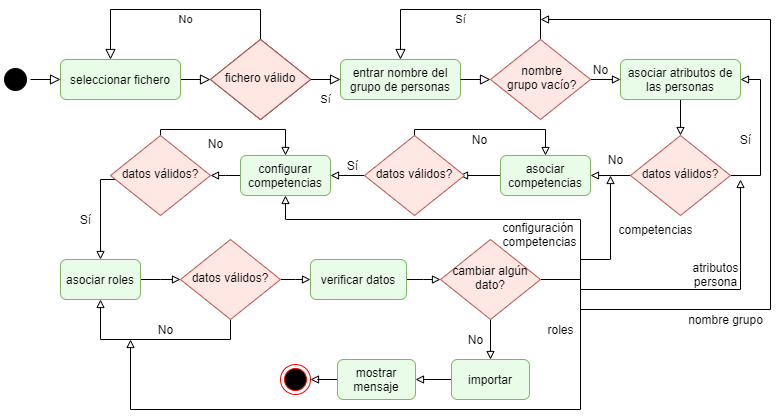
This is figuras/diagramas-teamsoft-Flujo-Importar.png from jpinas1998/doc-tesis, a draw.io export, as it was before one commit. Source tidied: cells renumbered, new cells last; positions are measured from the earlier drawing's top-left corner, leaving out a move shared by most shapes.
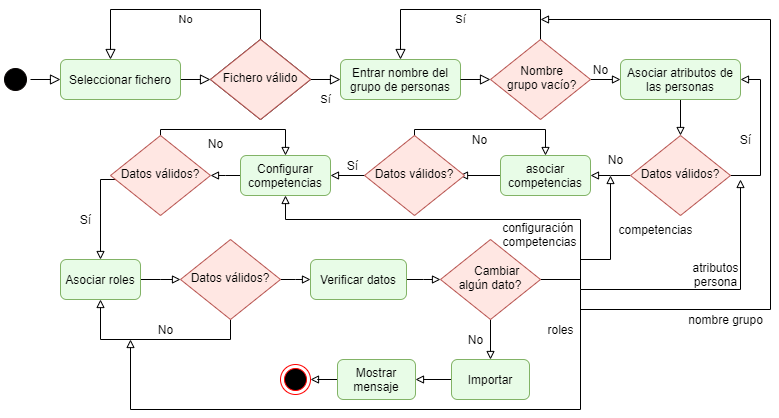
After the change.

Change to the diagram source:
```diff
@@ -11,7 +11,7 @@
     <mxCell id="4" style="rounded=0;html=1;jettySize=auto;fontSize=11;endArrow=block;endFill=0;endSize=8;strokeWidth=1;shadow=0;labelBackgroundColor=none;edgeStyle=orthogonalEdgeStyle;strokeColor=#000000;" parent="1" edge="1" source="5" target="8">
       <mxGeometry relative="1" as="geometry" />
     </mxCell>
-    <mxCell id="5" value="seleccionar fichero" style="rounded=1;whiteSpace=wrap;html=1;fontSize=12;glass=0;strokeWidth=1;shadow=0;fillColor=#E8FCE7;strokeColor=#82b366;" parent="1" vertex="1">
+    <mxCell id="5" value="Seleccionar fichero" style="rounded=1;whiteSpace=wrap;html=1;fontSize=12;glass=0;strokeWidth=1;shadow=0;fillColor=#E8FCE7;strokeColor=#82b366;" parent="1" vertex="1">
       <mxGeometry x="60" y="50" width="120" height="40" as="geometry" />
     </mxCell>
     <mxCell id="6" value="Sí" style="rounded=0;html=1;jettySize=auto;fontSize=11;endArrow=block;endFill=0;endSize=8;strokeWidth=1;shadow=0;labelBackgroundColor=none;edgeStyle=orthogonalEdgeStyle;" parent="1" edge="1" source="8" target="15">
@@ -39,19 +39,19 @@
     <mxCell id="10" style="edgeStyle=none;rounded=0;jettySize=auto;html=1;strokeColor=#000000;endArrow=block;endFill=0;strokeWidth=1;jumpSize=6;" parent="1" edge="1" source="11" target="13">
       <mxGeometry relative="1" as="geometry" />
     </mxCell>
-    <mxCell id="11" value="&amp;nbsp; &amp;nbsp; nombre&amp;nbsp; &amp;nbsp; &amp;nbsp;grupo vacío?" style="rhombus;whiteSpace=wrap;html=1;shadow=0;fontFamily=Helvetica;fontSize=12;align=center;strokeWidth=1;spacing=6;spacingTop=-4;fillColor=#FFE7E3;strokeColor=#b85450;" parent="1" vertex="1">
+    <mxCell id="11" value="&amp;nbsp; &amp;nbsp; Nombre&amp;nbsp; &amp;nbsp; &amp;nbsp;grupo vacío?" style="rhombus;whiteSpace=wrap;html=1;shadow=0;fontFamily=Helvetica;fontSize=12;align=center;strokeWidth=1;spacing=6;spacingTop=-4;fillColor=#FFE7E3;strokeColor=#b85450;" parent="1" vertex="1">
       <mxGeometry x="490" y="30" width="100" height="80" as="geometry" />
     </mxCell>
     <mxCell id="12" style="edgeStyle=none;rounded=0;jumpSize=6;jettySize=auto;html=1;endArrow=block;endFill=0;strokeColor=#000000;strokeWidth=1;" parent="1" edge="1" source="13" target="20">
       <mxGeometry relative="1" as="geometry" />
     </mxCell>
-    <mxCell id="13" value="asociar atributos de las personas" style="rounded=1;whiteSpace=wrap;html=1;fontSize=12;glass=0;strokeWidth=1;shadow=0;fillColor=#E8FCE7;strokeColor=#82b366;" parent="1" vertex="1">
+    <mxCell id="13" value="Asociar atributos de las personas" style="rounded=1;whiteSpace=wrap;html=1;fontSize=12;glass=0;strokeWidth=1;shadow=0;fillColor=#E8FCE7;strokeColor=#82b366;" parent="1" vertex="1">
       <mxGeometry x="620" y="50" width="120" height="40" as="geometry" />
     </mxCell>
     <mxCell id="14" style="rounded=0;html=1;jettySize=auto;fontSize=11;endArrow=block;endFill=0;endSize=8;strokeWidth=1;shadow=0;labelBackgroundColor=none;edgeStyle=orthogonalEdgeStyle;strokeColor=#000000;" parent="1" edge="1" source="3" target="5">
       <mxGeometry relative="1" as="geometry" />
     </mxCell>
-    <mxCell id="15" value="entrar nombre del grupo de personas" style="rounded=1;whiteSpace=wrap;html=1;fontSize=12;glass=0;strokeWidth=1;shadow=0;fillColor=#E8FCE7;strokeColor=#82b366;" parent="1" vertex="1">
+    <mxCell id="15" value="Entrar nombre del grupo de personas" style="rounded=1;whiteSpace=wrap;html=1;fontSize=12;glass=0;strokeWidth=1;shadow=0;fillColor=#E8FCE7;strokeColor=#82b366;" parent="1" vertex="1">
       <mxGeometry x="340" y="50" width="120" height="40" as="geometry" />
     </mxCell>
     <mxCell id="16" style="rounded=0;html=1;jettySize=auto;fontSize=11;endArrow=block;endFill=0;endSize=8;strokeWidth=1;shadow=0;labelBackgroundColor=none;" parent="1" edge="1" source="15" target="11">
@@ -70,7 +70,7 @@
     <mxCell id="19" style="edgeStyle=elbowEdgeStyle;rounded=0;jumpSize=6;jettySize=auto;elbow=vertical;html=1;endArrow=block;endFill=0;strokeColor=#000000;strokeWidth=1;" parent="1" edge="1" source="20" target="24">
       <mxGeometry relative="1" as="geometry" />
     </mxCell>
-    <mxCell id="20" value="datos válidos?" style="rhombus;whiteSpace=wrap;html=1;shadow=0;fontFamily=Helvetica;fontSize=12;align=center;strokeWidth=1;spacing=6;spacingTop=-4;fillColor=#FFE7E3;strokeColor=#b85450;" parent="1" vertex="1">
+    <mxCell id="20" value="Datos válidos?" style="rhombus;whiteSpace=wrap;html=1;shadow=0;fontFamily=Helvetica;fontSize=12;align=center;strokeWidth=1;spacing=6;spacingTop=-4;fillColor=#FFE7E3;strokeColor=#b85450;" parent="1" vertex="1">
       <mxGeometry x="630" y="126" width="100" height="80" as="geometry" />
     </mxCell>
     <mxCell id="21" value="Sí" style="text;html=1;align=center;verticalAlign=middle;" parent="1" vertex="1">
@@ -106,7 +106,7 @@
     <mxCell id="28" style="edgeStyle=elbowEdgeStyle;rounded=0;jumpSize=6;jettySize=auto;elbow=vertical;html=1;endArrow=block;endFill=0;strokeColor=#000000;strokeWidth=1;" parent="1" edge="1" source="29" target="33">
       <mxGeometry relative="1" as="geometry" />
     </mxCell>
-    <mxCell id="29" value="configurar competencias" style="rounded=1;whiteSpace=wrap;html=1;fontSize=12;glass=0;strokeWidth=1;shadow=0;fillColor=#E8FCE7;strokeColor=#82b366;" parent="1" vertex="1">
+    <mxCell id="29" value="Configurar competencias" style="rounded=1;whiteSpace=wrap;html=1;fontSize=12;glass=0;strokeWidth=1;shadow=0;fillColor=#E8FCE7;strokeColor=#82b366;" parent="1" vertex="1">
       <mxGeometry x="240" y="146" width="90" height="40" as="geometry" />
     </mxCell>
     <mxCell id="30" value="Sí" style="text;html=1;align=center;verticalAlign=middle;" parent="1" vertex="1">
@@ -126,7 +126,7 @@
         </Array>
       </mxGeometry>
     </mxCell>
-    <mxCell id="33" value="datos válidos?" style="rhombus;whiteSpace=wrap;html=1;shadow=0;fontFamily=Helvetica;fontSize=12;align=center;strokeWidth=1;spacing=6;spacingTop=-4;fillColor=#FFE7E3;strokeColor=#b85450;" parent="1" vertex="1">
+    <mxCell id="33" value="Datos válidos?" style="rhombus;whiteSpace=wrap;html=1;shadow=0;fontFamily=Helvetica;fontSize=12;align=center;strokeWidth=1;spacing=6;spacingTop=-4;fillColor=#FFE7E3;strokeColor=#b85450;" parent="1" vertex="1">
       <mxGeometry x="110" y="126" width="100" height="80" as="geometry" />
     </mxCell>
     <mxCell id="34" value="No" style="text;html=1;align=center;verticalAlign=middle;" parent="1" vertex="1">
@@ -135,7 +135,7 @@
     <mxCell id="35" style="edgeStyle=elbowEdgeStyle;rounded=0;jumpSize=6;jettySize=auto;elbow=vertical;html=1;endArrow=block;endFill=0;strokeColor=#000000;strokeWidth=1;" parent="1" edge="1" source="36" target="40">
       <mxGeometry relative="1" as="geometry" />
     </mxCell>
-    <mxCell id="36" value="asociar roles" style="rounded=1;whiteSpace=wrap;html=1;fontSize=12;glass=0;strokeWidth=1;shadow=0;fillColor=#E8FCE7;strokeColor=#82b366;" parent="1" vertex="1">
+    <mxCell id="36" value="Asociar roles" style="rounded=1;whiteSpace=wrap;html=1;fontSize=12;glass=0;strokeWidth=1;shadow=0;fillColor=#E8FCE7;strokeColor=#82b366;" parent="1" vertex="1">
       <mxGeometry x="60" y="250" width="80" height="40" as="geometry" />
     </mxCell>
     <mxCell id="37" value="Sí" style="text;html=1;align=center;verticalAlign=middle;" parent="1" vertex="1">
@@ -151,22 +151,22 @@
     <mxCell id="39" style="edgeStyle=elbowEdgeStyle;rounded=0;jumpSize=6;jettySize=auto;elbow=vertical;html=1;endArrow=block;endFill=0;strokeColor=#000000;strokeWidth=1;" parent="1" edge="1" source="40" target="45">
       <mxGeometry relative="1" as="geometry" />
     </mxCell>
-    <mxCell id="40" value="datos válidos?" style="rhombus;whiteSpace=wrap;html=1;shadow=0;fontFamily=Helvetica;fontSize=12;align=center;strokeWidth=1;spacing=6;spacingTop=-4;fillColor=#FFE7E3;strokeColor=#b85450;" parent="1" vertex="1">
+    <mxCell id="40" value="Datos válidos?" style="rhombus;whiteSpace=wrap;html=1;shadow=0;fontFamily=Helvetica;fontSize=12;align=center;strokeWidth=1;spacing=6;spacingTop=-4;fillColor=#FFE7E3;strokeColor=#b85450;" parent="1" vertex="1">
       <mxGeometry x="180" y="230" width="100" height="80" as="geometry" />
     </mxCell>
     <mxCell id="41" value="No" style="text;html=1;align=center;verticalAlign=middle;" parent="1" vertex="1">
       <mxGeometry x="150" y="310" width="30" height="20" as="geometry" />
     </mxCell>
-    <mxCell id="42" value="datos válidos?" style="rhombus;whiteSpace=wrap;html=1;shadow=0;fontFamily=Helvetica;fontSize=12;align=center;strokeWidth=1;spacing=6;spacingTop=-4;fillColor=#FFE7E3;strokeColor=#b85450;" parent="1" vertex="1">
+    <mxCell id="42" value="Datos válidos?" style="rhombus;whiteSpace=wrap;html=1;shadow=0;fontFamily=Helvetica;fontSize=12;align=center;strokeWidth=1;spacing=6;spacingTop=-4;fillColor=#FFE7E3;strokeColor=#b85450;" parent="1" vertex="1">
       <mxGeometry x="364" y="126" width="100" height="80" as="geometry" />
     </mxCell>
-    <mxCell id="43" value="fichero válido" style="rhombus;whiteSpace=wrap;html=1;shadow=0;fontFamily=Helvetica;fontSize=12;align=center;strokeWidth=1;spacing=6;spacingTop=-4;fillColor=#FFE7E3;strokeColor=#b85450;" parent="1" vertex="1">
+    <mxCell id="43" value="Fichero válido" style="rhombus;whiteSpace=wrap;html=1;shadow=0;fontFamily=Helvetica;fontSize=12;align=center;strokeWidth=1;spacing=6;spacingTop=-4;fillColor=#FFE7E3;strokeColor=#b85450;" parent="1" vertex="1">
       <mxGeometry x="210" y="30" width="100" height="80" as="geometry" />
     </mxCell>
     <mxCell id="44" style="edgeStyle=elbowEdgeStyle;rounded=0;jumpSize=6;jettySize=auto;elbow=vertical;html=1;endArrow=block;endFill=0;strokeColor=#000000;strokeWidth=1;" parent="1" edge="1" source="45" target="49">
       <mxGeometry relative="1" as="geometry" />
     </mxCell>
-    <mxCell id="45" value="verificar datos" style="rounded=1;whiteSpace=wrap;html=1;fontSize=12;glass=0;strokeWidth=1;shadow=0;fillColor=#E8FCE7;strokeColor=#82b366;" parent="1" vertex="1">
+    <mxCell id="45" value="Verificar datos" style="rounded=1;whiteSpace=wrap;html=1;fontSize=12;glass=0;strokeWidth=1;shadow=0;fillColor=#E8FCE7;strokeColor=#82b366;" parent="1" vertex="1">
       <mxGeometry x="310" y="250" width="96" height="40" as="geometry" />
     </mxCell>
     <mxCell id="46" style="rounded=0;jumpSize=6;orthogonalLoop=1;jettySize=auto;elbow=vertical;html=1;endArrow=block;endFill=0;strokeColor=#000000;strokeWidth=1;edgeStyle=orthogonalEdgeStyle;" parent="1" edge="1">
@@ -186,7 +186,7 @@
     <mxCell id="48" style="rounded=0;jumpSize=6;jettySize=auto;html=1;endArrow=block;endFill=0;strokeColor=#000000;strokeWidth=1;edgeStyle=orthogonalEdgeStyle;" parent="1" edge="1" source="49" target="58">
       <mxGeometry relative="1" as="geometry" />
     </mxCell>
-    <mxCell id="49" value="cambiar algún dato?" style="rhombus;whiteSpace=wrap;html=1;shadow=0;fontFamily=Helvetica;fontSize=12;align=center;strokeWidth=1;spacing=6;spacingTop=-4;fillColor=#FFE7E3;strokeColor=#b85450;" parent="1" vertex="1">
+    <mxCell id="49" value="&amp;nbsp; &amp;nbsp; Cambiar algún dato?" style="rhombus;whiteSpace=wrap;html=1;shadow=0;fontFamily=Helvetica;fontSize=12;align=center;strokeWidth=1;spacing=6;spacingTop=-4;fillColor=#FFE7E3;strokeColor=#b85450;" parent="1" vertex="1">
       <mxGeometry x="440" y="230" width="100" height="80" as="geometry" />
     </mxCell>
     <mxCell id="50" style="edgeStyle=orthogonalEdgeStyle;rounded=0;jumpSize=6;orthogonalLoop=1;jettySize=auto;elbow=vertical;html=1;endArrow=block;endFill=0;strokeColor=#000000;strokeWidth=1;" parent="1" edge="1">
@@ -233,7 +233,7 @@
     <mxCell id="57" style="edgeStyle=orthogonalEdgeStyle;rounded=0;jumpSize=6;jettySize=auto;html=1;endArrow=block;endFill=0;strokeColor=#000000;strokeWidth=1;" parent="1" edge="1" source="58" target="61">
       <mxGeometry relative="1" as="geometry" />
     </mxCell>
-    <mxCell id="58" value="importar" style="rounded=1;whiteSpace=wrap;html=1;fontSize=12;glass=0;strokeWidth=1;shadow=0;fillColor=#E8FCE7;strokeColor=#82b366;" parent="1" vertex="1">
+    <mxCell id="58" value="Importar" style="rounded=1;whiteSpace=wrap;html=1;fontSize=12;glass=0;strokeWidth=1;shadow=0;fillColor=#E8FCE7;strokeColor=#82b366;" parent="1" vertex="1">
       <mxGeometry x="451" y="350" width="78" height="40" as="geometry" />
     </mxCell>
     <mxCell id="59" value="No" style="text;html=1;align=center;verticalAlign=middle;" parent="1" vertex="1">
@@ -242,7 +242,7 @@
     <mxCell id="60" style="edgeStyle=orthogonalEdgeStyle;rounded=0;jumpSize=6;jettySize=auto;html=1;endArrow=block;endFill=0;strokeColor=#000000;strokeWidth=1;" parent="1" edge="1" source="61" target="2">
       <mxGeometry relative="1" as="geometry" />
     </mxCell>
-    <mxCell id="61" value="mostrar mensaje" style="rounded=1;whiteSpace=wrap;html=1;fontSize=12;glass=0;strokeWidth=1;shadow=0;fillColor=#E8FCE7;strokeColor=#82b366;" parent="1" vertex="1">
+    <mxCell id="61" value="Mostrar mensaje" style="rounded=1;whiteSpace=wrap;html=1;fontSize=12;glass=0;strokeWidth=1;shadow=0;fillColor=#E8FCE7;strokeColor=#82b366;" parent="1" vertex="1">
       <mxGeometry x="337" y="350" width="78" height="40" as="geometry" />
     </mxCell>
     <mxCell id="62" value="atributos&lt;br&gt;persona" style="text;html=1;align=center;verticalAlign=middle;" parent="1" vertex="1">
```
